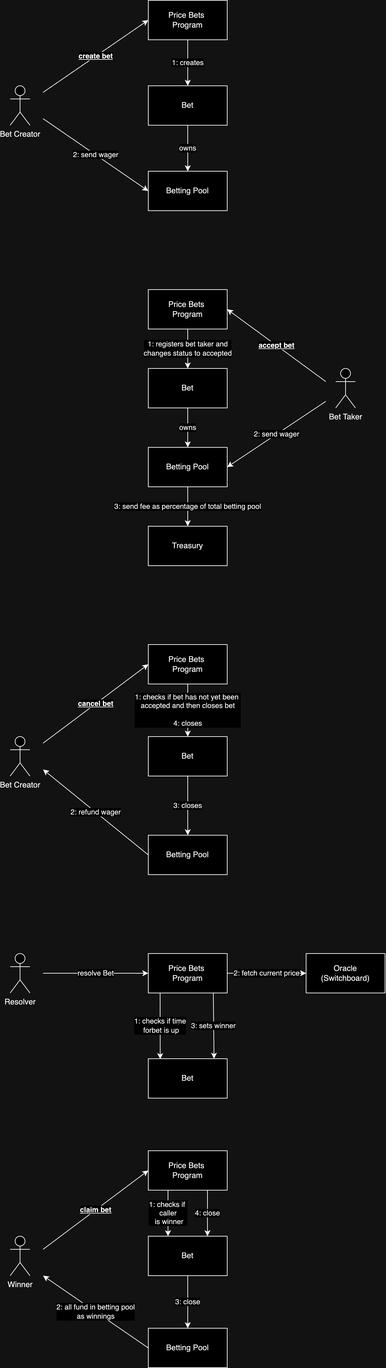
Above: price-betting/docs/arch-diagram_price-bets.png in Wealthineer/Turbin3-WBA-Cohort_Q3_2024 (draw.io), before the change. Source tidied: cells renumbered, new cells last; positions are measured from the earlier drawing's top-left corner, leaving out a move shared by most shapes.
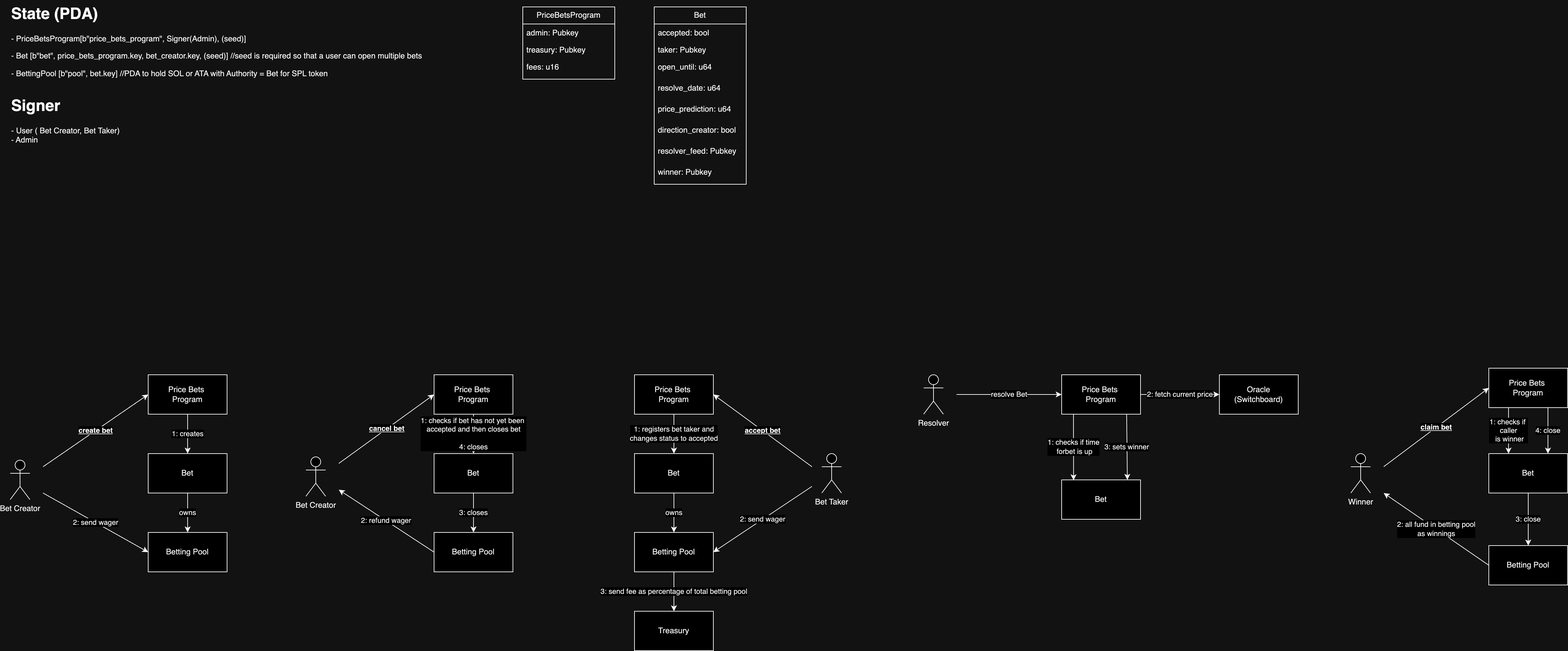
Above is the later version.

Commit message:
updated capstone arch diagram

Change to the diagram source:
```diff
@@ -3,31 +3,31 @@
     <mxCell id="0" />
     <mxCell id="1" parent="0" />
     <mxCell id="2" value="Treasury" style="rounded=0;whiteSpace=wrap;html=1;" parent="1" vertex="1">
-      <mxGeometry x="210" y="800" width="120" height="60" as="geometry" />
+      <mxGeometry x="920" y="930" width="120" height="60" as="geometry" />
     </mxCell>
     <mxCell id="3" value="Betting Pool" style="rounded=0;whiteSpace=wrap;html=1;" parent="1" vertex="1">
-      <mxGeometry x="210" y="680" width="120" height="60" as="geometry" />
+      <mxGeometry x="920" y="810" width="120" height="60" as="geometry" />
     </mxCell>
     <mxCell id="4" value="Bet" style="rounded=0;whiteSpace=wrap;html=1;" parent="1" vertex="1">
-      <mxGeometry x="210" y="560" width="120" height="60" as="geometry" />
+      <mxGeometry x="920" y="690" width="120" height="60" as="geometry" />
     </mxCell>
     <mxCell id="5" value="Price Bets&amp;nbsp;&lt;div&gt;Program&lt;/div&gt;" style="rounded=0;whiteSpace=wrap;html=1;" parent="1" vertex="1">
-      <mxGeometry x="210" y="440" width="120" height="60" as="geometry" />
+      <mxGeometry x="920" y="570" width="120" height="60" as="geometry" />
     </mxCell>
     <mxCell id="6" value="Bet Taker" style="shape=umlActor;verticalLabelPosition=bottom;verticalAlign=top;html=1;" parent="1" vertex="1">
-      <mxGeometry x="495" y="560" width="30" height="60" as="geometry" />
+      <mxGeometry x="1205" y="690" width="30" height="60" as="geometry" />
     </mxCell>
     <mxCell id="7" value="owns" style="endArrow=classic;html=1;rounded=0;exitX=0.5;exitY=1;exitDx=0;exitDy=0;entryX=0.5;entryY=0;entryDx=0;entryDy=0;" parent="1" edge="1" source="4" target="3">
       <mxGeometry relative="1" as="geometry" />
     </mxCell>
     <mxCell id="8" value="&lt;b&gt;&lt;u&gt;accept bet&lt;/u&gt;&lt;/b&gt;" style="endArrow=classic;html=1;rounded=0;entryX=1;entryY=0.5;entryDx=0;entryDy=0;" parent="1" edge="1" target="5">
       <mxGeometry relative="1" as="geometry">
-        <mxPoint x="480" y="580" as="sourcePoint" />
+        <mxPoint x="1190" y="710" as="sourcePoint" />
       </mxGeometry>
     </mxCell>
     <mxCell id="9" value="2: send wager" style="endArrow=classic;html=1;rounded=0;entryX=1;entryY=0.5;entryDx=0;entryDy=0;" parent="1" edge="1" target="3">
       <mxGeometry relative="1" as="geometry">
-        <mxPoint x="480" y="610" as="sourcePoint" />
+        <mxPoint x="1190" y="740" as="sourcePoint" />
       </mxGeometry>
     </mxCell>
     <mxCell id="10" value="1: registers bet taker and&lt;div&gt;changes status to accepted&lt;/div&gt;" style="endArrow=classic;html=1;rounded=0;exitX=0.5;exitY=1;exitDx=0;exitDy=0;entryX=0.5;entryY=0;entryDx=0;entryDy=0;" parent="1" edge="1" source="5" target="4">
@@ -37,20 +37,20 @@
       <mxGeometry relative="1" as="geometry" />
     </mxCell>
     <mxCell id="12" value="Betting Pool" style="rounded=0;whiteSpace=wrap;html=1;" parent="1" vertex="1">
-      <mxGeometry x="210" y="1270" width="120" height="60" as="geometry" />
+      <mxGeometry x="615" y="810" width="120" height="60" as="geometry" />
     </mxCell>
     <mxCell id="13" value="Bet" style="rounded=0;whiteSpace=wrap;html=1;" parent="1" vertex="1">
-      <mxGeometry x="210" y="1120" width="120" height="60" as="geometry" />
+      <mxGeometry x="615" y="690" width="120" height="60" as="geometry" />
     </mxCell>
     <mxCell id="14" value="Price Bets&amp;nbsp;&lt;div&gt;Program&lt;/div&gt;" style="rounded=0;whiteSpace=wrap;html=1;" parent="1" vertex="1">
-      <mxGeometry x="210" y="980" width="120" height="60" as="geometry" />
+      <mxGeometry x="615" y="570" width="120" height="60" as="geometry" />
     </mxCell>
     <mxCell id="15" value="Bet Creator" style="shape=umlActor;verticalLabelPosition=bottom;verticalAlign=top;html=1;" parent="1" vertex="1">
-      <mxGeometry y="1120" width="30" height="60" as="geometry" />
+      <mxGeometry x="420" y="695" width="30" height="60" as="geometry" />
     </mxCell>
     <mxCell id="16" value="&lt;b&gt;&lt;u&gt;cancel bet&lt;/u&gt;&lt;/b&gt;" style="endArrow=classic;html=1;rounded=0;entryX=0;entryY=0.5;entryDx=0;entryDy=0;" parent="1" edge="1" target="14">
       <mxGeometry relative="1" as="geometry">
-        <mxPoint x="50" y="1130" as="sourcePoint" />
+        <mxPoint x="470" y="705" as="sourcePoint" />
       </mxGeometry>
     </mxCell>
     <mxCell id="17" value="3: closes" style="endArrow=classic;html=1;rounded=0;exitX=0.5;exitY=1;exitDx=0;exitDy=0;entryX=0.5;entryY=0;entryDx=0;entryDy=0;" parent="1" edge="1" source="13" target="12">
@@ -58,52 +58,52 @@
     </mxCell>
     <mxCell id="18" value="2: refund wager" style="endArrow=classic;html=1;rounded=0;exitX=0;exitY=0.5;exitDx=0;exitDy=0;" parent="1" edge="1" source="12">
       <mxGeometry relative="1" as="geometry">
-        <mxPoint x="50" y="1170" as="targetPoint" />
+        <mxPoint x="470" y="745" as="targetPoint" />
       </mxGeometry>
     </mxCell>
     <mxCell id="19" value="1: checks if bet has not yet been&amp;nbsp;&lt;div&gt;accepted and then closes bet&lt;/div&gt;&lt;div&gt;&lt;br&gt;&lt;/div&gt;&lt;div&gt;4: closes&lt;/div&gt;" style="endArrow=classic;html=1;rounded=0;exitX=0.5;exitY=1;exitDx=0;exitDy=0;entryX=0.5;entryY=0;entryDx=0;entryDy=0;" parent="1" edge="1" source="14" target="13">
       <mxGeometry relative="1" as="geometry" />
     </mxCell>
     <mxCell id="20" value="Bet" style="rounded=0;whiteSpace=wrap;html=1;" parent="1" vertex="1">
-      <mxGeometry x="210" y="1610" width="120" height="60" as="geometry" />
+      <mxGeometry x="1570" y="730" width="120" height="60" as="geometry" />
     </mxCell>
     <mxCell id="21" value="Price Bets&amp;nbsp;&lt;div&gt;Program&lt;/div&gt;" style="rounded=0;whiteSpace=wrap;html=1;" parent="1" vertex="1">
-      <mxGeometry x="210" y="1450" width="120" height="60" as="geometry" />
+      <mxGeometry x="1570" y="570" width="120" height="60" as="geometry" />
     </mxCell>
     <mxCell id="22" value="Resolver" style="shape=umlActor;verticalLabelPosition=bottom;verticalAlign=top;html=1;" parent="1" vertex="1">
-      <mxGeometry y="1450" width="30" height="60" as="geometry" />
+      <mxGeometry x="1360" y="570" width="30" height="60" as="geometry" />
     </mxCell>
     <mxCell id="23" value="resolve Bet" style="endArrow=classic;html=1;rounded=0;entryX=0;entryY=0.5;entryDx=0;entryDy=0;" parent="1" edge="1" target="21">
       <mxGeometry relative="1" as="geometry">
-        <mxPoint x="50" y="1480" as="sourcePoint" />
+        <mxPoint x="1410" y="600" as="sourcePoint" />
       </mxGeometry>
     </mxCell>
     <mxCell id="24" value="3: sets winner" style="endArrow=classic;html=1;rounded=0;exitX=0.824;exitY=0.996;exitDx=0;exitDy=0;exitPerimeter=0;" parent="1" edge="1" source="21">
       <mxGeometry relative="1" as="geometry">
-        <mxPoint x="310" y="1610" as="targetPoint" />
+        <mxPoint x="1670" y="730" as="targetPoint" />
       </mxGeometry>
     </mxCell>
     <mxCell id="25" value="Oracle&lt;div&gt;(Switchboard)&lt;/div&gt;" style="rounded=0;whiteSpace=wrap;html=1;" parent="1" vertex="1">
-      <mxGeometry x="450" y="1450" width="120" height="60" as="geometry" />
+      <mxGeometry x="1810" y="570" width="120" height="60" as="geometry" />
     </mxCell>
     <mxCell id="26" value="2: fetch current price" style="endArrow=classic;html=1;rounded=0;exitX=1;exitY=0.5;exitDx=0;exitDy=0;entryX=0;entryY=0.5;entryDx=0;entryDy=0;" parent="1" edge="1" source="21" target="25">
       <mxGeometry relative="1" as="geometry" />
     </mxCell>
     <mxCell id="27" value="Betting Pool" style="rounded=0;whiteSpace=wrap;html=1;" parent="1" vertex="1">
-      <mxGeometry x="210" y="260" width="120" height="60" as="geometry" />
+      <mxGeometry x="180" y="810" width="120" height="60" as="geometry" />
     </mxCell>
     <mxCell id="28" value="Bet" style="rounded=0;whiteSpace=wrap;html=1;" parent="1" vertex="1">
-      <mxGeometry x="210" y="130" width="120" height="60" as="geometry" />
+      <mxGeometry x="180" y="690" width="120" height="60" as="geometry" />
     </mxCell>
     <mxCell id="29" value="Price Bets&amp;nbsp;&lt;div&gt;Program&lt;/div&gt;" style="rounded=0;whiteSpace=wrap;html=1;" parent="1" vertex="1">
-      <mxGeometry x="210" width="120" height="60" as="geometry" />
+      <mxGeometry x="180" y="570" width="120" height="60" as="geometry" />
     </mxCell>
     <mxCell id="30" value="Bet Creator" style="shape=umlActor;verticalLabelPosition=bottom;verticalAlign=top;html=1;" parent="1" vertex="1">
-      <mxGeometry y="130" width="30" height="60" as="geometry" />
+      <mxGeometry x="-30" y="700" width="30" height="60" as="geometry" />
     </mxCell>
     <mxCell id="31" value="&lt;b&gt;&lt;u&gt;create bet&lt;/u&gt;&lt;/b&gt;" style="endArrow=classic;html=1;rounded=0;entryX=0;entryY=0.5;entryDx=0;entryDy=0;" parent="1" edge="1" target="29">
       <mxGeometry relative="1" as="geometry">
-        <mxPoint x="50" y="140" as="sourcePoint" />
+        <mxPoint x="20" y="710" as="sourcePoint" />
       </mxGeometry>
     </mxCell>
     <mxCell id="32" value="owns" style="endArrow=classic;html=1;rounded=0;exitX=0.5;exitY=1;exitDx=0;exitDy=0;entryX=0.5;entryY=0;entryDx=0;entryDy=0;" parent="1" edge="1" source="28" target="27">
@@ -111,7 +111,7 @@
     </mxCell>
     <mxCell id="33" value="2: send wager" style="endArrow=classic;html=1;rounded=0;entryX=0;entryY=0.5;entryDx=0;entryDy=0;" parent="1" edge="1" target="27">
       <mxGeometry relative="1" as="geometry">
-        <mxPoint x="50" y="180" as="sourcePoint" />
+        <mxPoint x="20" y="750" as="sourcePoint" />
       </mxGeometry>
     </mxCell>
     <mxCell id="34" value="1: creates" style="endArrow=classic;html=1;rounded=0;exitX=0.5;exitY=1;exitDx=0;exitDy=0;entryX=0.5;entryY=0;entryDx=0;entryDy=0;" parent="1" edge="1" source="29" target="28">
@@ -119,24 +119,24 @@
     </mxCell>
     <mxCell id="35" value="1: checks if time&lt;div&gt;&amp;nbsp;forbet is up&lt;/div&gt;" style="endArrow=classic;html=1;rounded=0;exitX=0.933;exitY=1.025;exitDx=0;exitDy=0;exitPerimeter=0;entryX=0.151;entryY=0.009;entryDx=0;entryDy=0;entryPerimeter=0;" parent="1" edge="1" target="20">
       <mxGeometry relative="1" as="geometry">
-        <mxPoint x="228" y="1510" as="sourcePoint" />
+        <mxPoint x="1588" y="630" as="sourcePoint" />
       </mxGeometry>
     </mxCell>
     <mxCell id="36" value="Betting Pool" style="rounded=0;whiteSpace=wrap;html=1;" parent="1" vertex="1">
-      <mxGeometry x="210" y="2020" width="120" height="60" as="geometry" />
+      <mxGeometry x="2220" y="830" width="120" height="60" as="geometry" />
     </mxCell>
     <mxCell id="37" value="Bet" style="rounded=0;whiteSpace=wrap;html=1;" parent="1" vertex="1">
-      <mxGeometry x="210" y="1880" width="120" height="60" as="geometry" />
+      <mxGeometry x="2220" y="690" width="120" height="60" as="geometry" />
     </mxCell>
     <mxCell id="38" value="Price Bets&amp;nbsp;&lt;div&gt;Program&lt;/div&gt;" style="rounded=0;whiteSpace=wrap;html=1;" parent="1" vertex="1">
-      <mxGeometry x="210" y="1750" width="120" height="60" as="geometry" />
+      <mxGeometry x="2220" y="560" width="120" height="60" as="geometry" />
     </mxCell>
     <mxCell id="39" value="Winner" style="shape=umlActor;verticalLabelPosition=bottom;verticalAlign=top;html=1;" parent="1" vertex="1">
-      <mxGeometry y="1880" width="30" height="60" as="geometry" />
+      <mxGeometry x="2010" y="690" width="30" height="60" as="geometry" />
     </mxCell>
     <mxCell id="40" value="&lt;b&gt;&lt;u&gt;claim bet&lt;/u&gt;&lt;/b&gt;" style="endArrow=classic;html=1;rounded=0;entryX=0;entryY=0.5;entryDx=0;entryDy=0;" parent="1" edge="1" target="38">
       <mxGeometry relative="1" as="geometry">
-        <mxPoint x="50" y="1900" as="sourcePoint" />
+        <mxPoint x="2060" y="710" as="sourcePoint" />
       </mxGeometry>
     </mxCell>
     <mxCell id="41" value="3: close" style="endArrow=classic;html=1;rounded=0;exitX=0.5;exitY=1;exitDx=0;exitDy=0;entryX=0.5;entryY=0;entryDx=0;entryDy=0;" parent="1" edge="1" source="37" target="36">
@@ -147,11 +147,56 @@
     </mxCell>
     <mxCell id="43" value="2: all fund in betting pool&lt;div&gt;as winnings&lt;/div&gt;" style="endArrow=classic;html=1;rounded=0;exitX=0;exitY=0.5;exitDx=0;exitDy=0;" parent="1" edge="1" source="36">
       <mxGeometry relative="1" as="geometry">
-        <mxPoint x="50" y="1940" as="targetPoint" />
+        <mxPoint x="2060" y="750" as="targetPoint" />
       </mxGeometry>
     </mxCell>
     <mxCell id="44" value="4: close" style="endArrow=classic;html=1;rounded=0;exitX=0.75;exitY=1;exitDx=0;exitDy=0;entryX=0.75;entryY=0;entryDx=0;entryDy=0;" parent="1" edge="1" source="38" target="37">
       <mxGeometry relative="1" as="geometry" />
     </mxCell>
+    <mxCell id="45" value="&lt;h1 style=&quot;margin-top: 0px;&quot;&gt;State (PDA)&lt;/h1&gt;&lt;p&gt;- PriceBetsProgram[b&quot;price_bets_program&quot;, Signer(Admin), (seed)]&lt;/p&gt;&lt;p&gt;- Bet [b&quot;bet&quot;, price_bets_program.key, bet_creator.key, (seed)] //seed is required so that a user can open multiple bets&lt;/p&gt;&lt;p&gt;- BettingPool [b&quot;pool&quot;, bet.key] //PDA to hold SOL or ATA with Authority = Bet for SPL token&lt;/p&gt;" style="text;html=1;whiteSpace=wrap;overflow=hidden;rounded=0;" parent="1" vertex="1">
+      <mxGeometry x="-30" width="630" height="140" as="geometry" />
+    </mxCell>
+    <mxCell id="46" value="&lt;h1 style=&quot;margin-top: 0px;&quot;&gt;Signer&lt;/h1&gt;&lt;div&gt;- User ( Bet Creator, Bet Taker)&lt;/div&gt;&lt;div&gt;- Admin&lt;/div&gt;" style="text;html=1;whiteSpace=wrap;overflow=hidden;rounded=0;" parent="1" vertex="1">
+      <mxGeometry x="-30" y="140" width="250" height="120" as="geometry" />
+    </mxCell>
+    <mxCell id="47" value="PriceBetsProgram" style="swimlane;fontStyle=0;horizontal=1;startSize=26;fillColor=none;whiteSpace=wrap;html=1;swimlaneLine=1;" parent="1" vertex="1">
+      <mxGeometry x="750" y="10" width="140" height="110" as="geometry" />
+    </mxCell>
+    <mxCell id="48" value="admin: Pubkey" style="text;strokeColor=none;fillColor=none;align=left;verticalAlign=top;spacingLeft=4;spacingRight=4;overflow=hidden;whiteSpace=wrap;html=1;" parent="47" vertex="1">
+      <mxGeometry y="26" width="140" height="26" as="geometry" />
+    </mxCell>
+    <mxCell id="49" value="treasury: Pubkey" style="text;strokeColor=none;fillColor=none;align=left;verticalAlign=top;spacingLeft=4;spacingRight=4;overflow=hidden;whiteSpace=wrap;html=1;" parent="47" vertex="1">
+      <mxGeometry y="52" width="140" height="26" as="geometry" />
+    </mxCell>
+    <mxCell id="50" value="fees: u16&amp;nbsp;" style="text;strokeColor=none;fillColor=none;align=left;verticalAlign=top;spacingLeft=4;spacingRight=4;overflow=hidden;whiteSpace=wrap;html=1;" parent="47" vertex="1">
+      <mxGeometry y="78" width="140" height="32" as="geometry" />
+    </mxCell>
+    <mxCell id="51" value="Bet" style="swimlane;fontStyle=0;horizontal=1;startSize=26;fillColor=none;whiteSpace=wrap;html=1;swimlaneLine=1;" parent="1" vertex="1">
+      <mxGeometry x="950" y="10" width="140" height="270" as="geometry" />
+    </mxCell>
+    <mxCell id="52" value="accepted: bool" style="text;strokeColor=none;fillColor=none;align=left;verticalAlign=top;spacingLeft=4;spacingRight=4;overflow=hidden;whiteSpace=wrap;html=1;" parent="51" vertex="1">
+      <mxGeometry y="26" width="140" height="26" as="geometry" />
+    </mxCell>
+    <mxCell id="53" value="taker: Pubkey" style="text;strokeColor=none;fillColor=none;align=left;verticalAlign=top;spacingLeft=4;spacingRight=4;overflow=hidden;whiteSpace=wrap;html=1;" parent="51" vertex="1">
+      <mxGeometry y="52" width="140" height="26" as="geometry" />
+    </mxCell>
+    <mxCell id="54" value="open_until: u64" style="text;strokeColor=none;fillColor=none;align=left;verticalAlign=top;spacingLeft=4;spacingRight=4;overflow=hidden;whiteSpace=wrap;html=1;" parent="51" vertex="1">
+      <mxGeometry y="78" width="140" height="32" as="geometry" />
+    </mxCell>
+    <mxCell id="55" value="resolve_date: u64" style="text;strokeColor=none;fillColor=none;align=left;verticalAlign=top;spacingLeft=4;spacingRight=4;overflow=hidden;whiteSpace=wrap;html=1;" parent="51" vertex="1">
+      <mxGeometry y="110" width="140" height="32" as="geometry" />
+    </mxCell>
+    <mxCell id="56" value="price_prediction: u64" style="text;strokeColor=none;fillColor=none;align=left;verticalAlign=top;spacingLeft=4;spacingRight=4;overflow=hidden;whiteSpace=wrap;html=1;" parent="51" vertex="1">
+      <mxGeometry y="142" width="140" height="32" as="geometry" />
+    </mxCell>
+    <mxCell id="57" value="direction_creator: bool" style="text;strokeColor=none;fillColor=none;align=left;verticalAlign=top;spacingLeft=4;spacingRight=4;overflow=hidden;whiteSpace=wrap;html=1;" parent="51" vertex="1">
+      <mxGeometry y="174" width="140" height="32" as="geometry" />
+    </mxCell>
+    <mxCell id="58" value="resolver_feed: Pubkey" style="text;strokeColor=none;fillColor=none;align=left;verticalAlign=top;spacingLeft=4;spacingRight=4;overflow=hidden;whiteSpace=wrap;html=1;" parent="51" vertex="1">
+      <mxGeometry y="206" width="140" height="32" as="geometry" />
+    </mxCell>
+    <mxCell id="59" value="winner: Pubkey" style="text;strokeColor=none;fillColor=none;align=left;verticalAlign=top;spacingLeft=4;spacingRight=4;overflow=hidden;whiteSpace=wrap;html=1;" parent="51" vertex="1">
+      <mxGeometry y="238" width="140" height="32" as="geometry" />
+    </mxCell>
   </root>
 </mxGraphModel>
```
